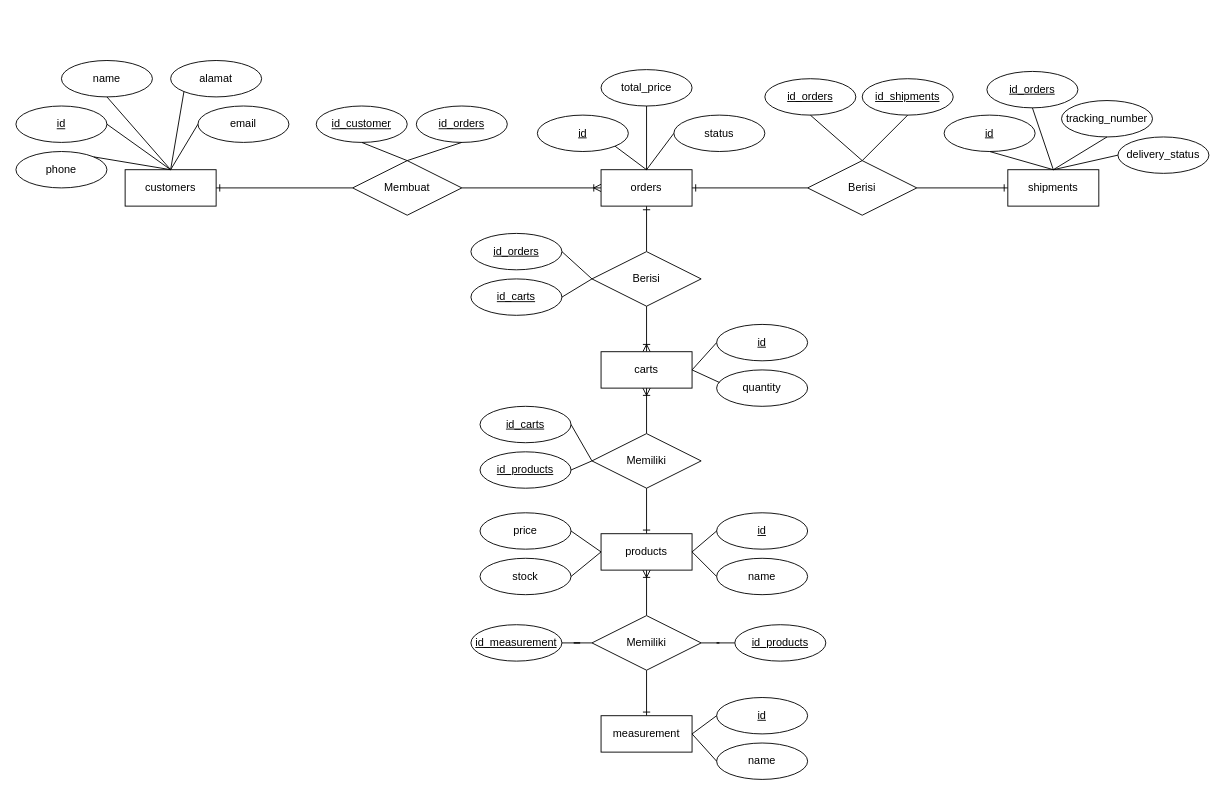
Earlier version of the draw.io diagram page "ERD" (1 of 4) of Tugas_Basdat_Jurnal.drawio (dapzz-id/DrawIO). Source tidied: cells renumbered, new cells numbered last; positions are measured from the earlier drawing's top-left corner, leaving out a move shared by most shapes. Both pictures are drawn from the tidied source at 91%, with x=0, y=0 at pixel (15, 60).
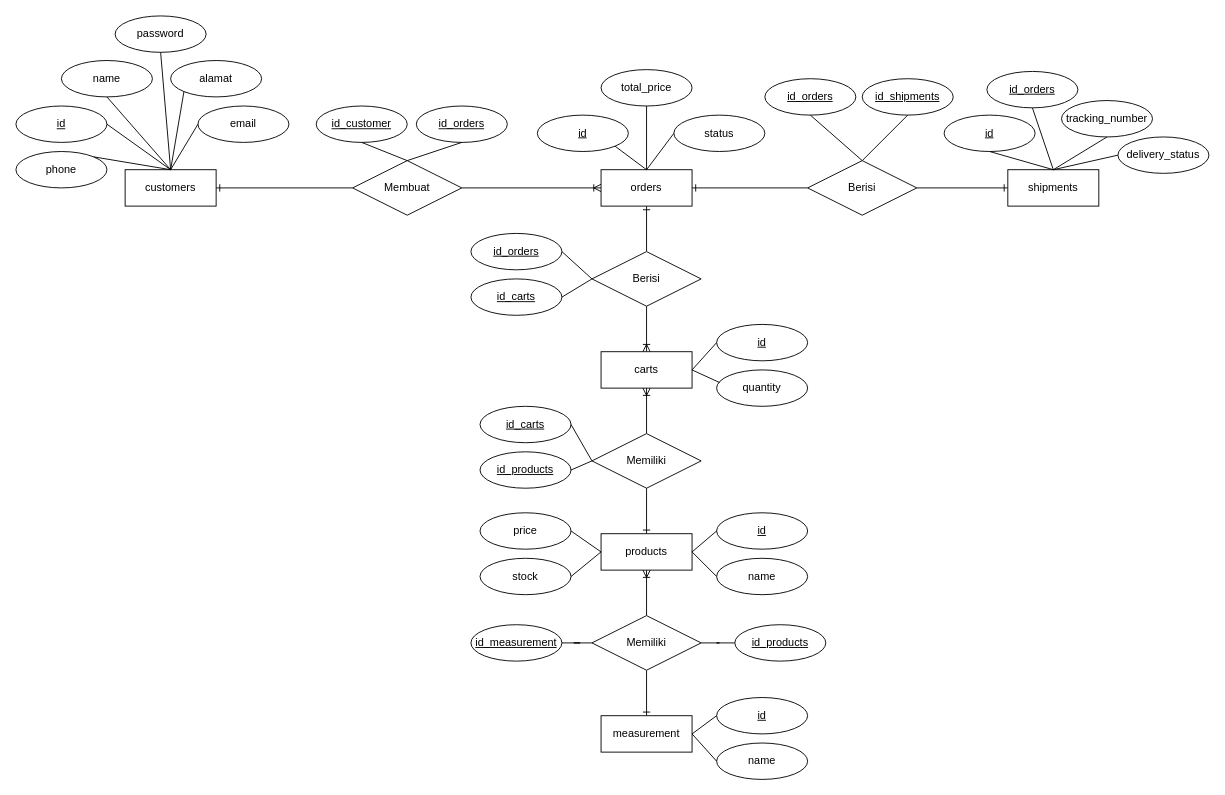
The same page after the edit.

The change refers to these unchanged cells:
```xml
<mxCell id="2" value="customers" style="whiteSpace=wrap;html=1;align=center;" parent="1" vertex="1">
  <mxGeometry x="120" y="120" width="100" height="40" as="geometry" />
</mxCell>
```

The edit, as a diff of the source:
```diff
@@
+    <mxCell id="83" value="password" style="ellipse;whiteSpace=wrap;html=1;align=center;" parent="1" vertex="1">
+      <mxGeometry x="109" y="-49" width="100" height="40" as="geometry" />
+    </mxCell>
+    <mxCell id="84" style="endArrow=none;html=1;rounded=0;exitX=0.5;exitY=1;exitDx=0;exitDy=0;entryX=0.5;entryY=0;entryDx=0;entryDy=0;" parent="1" edge="1" source="83" target="2">
+      <mxGeometry relative="1" as="geometry" />
+    </mxCell>
```
